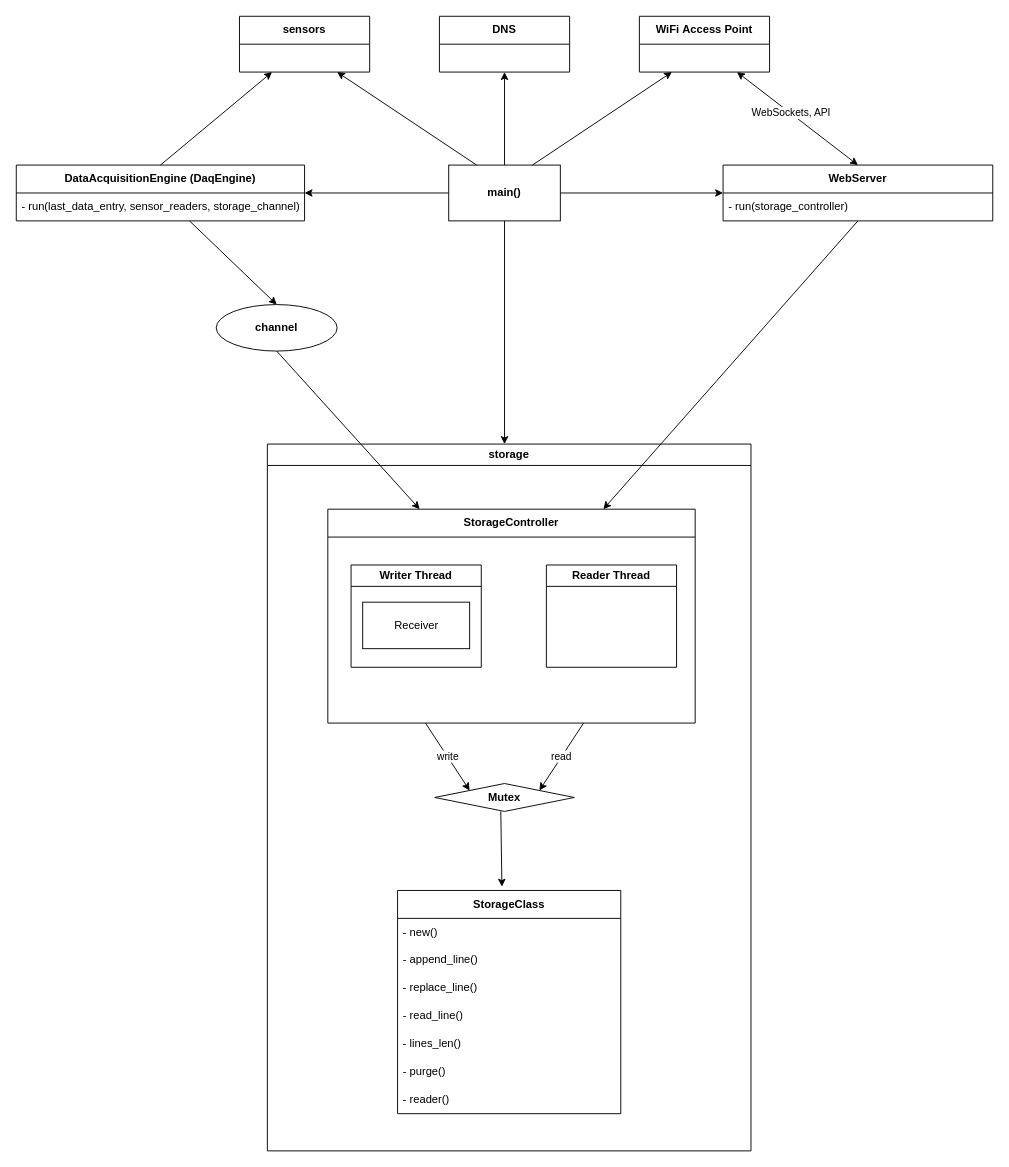
Earlier version of the draw.io diagram misc/modules.drawio (isidzukuri/esp32_playground). Source tidied: cells renumbered, new cells numbered last; positions are measured from the earlier drawing's top-left corner, leaving out a move shared by most shapes. Both pictures are drawn from the tidied source at 93%, with x=0, y=0 at pixel (16, 16).
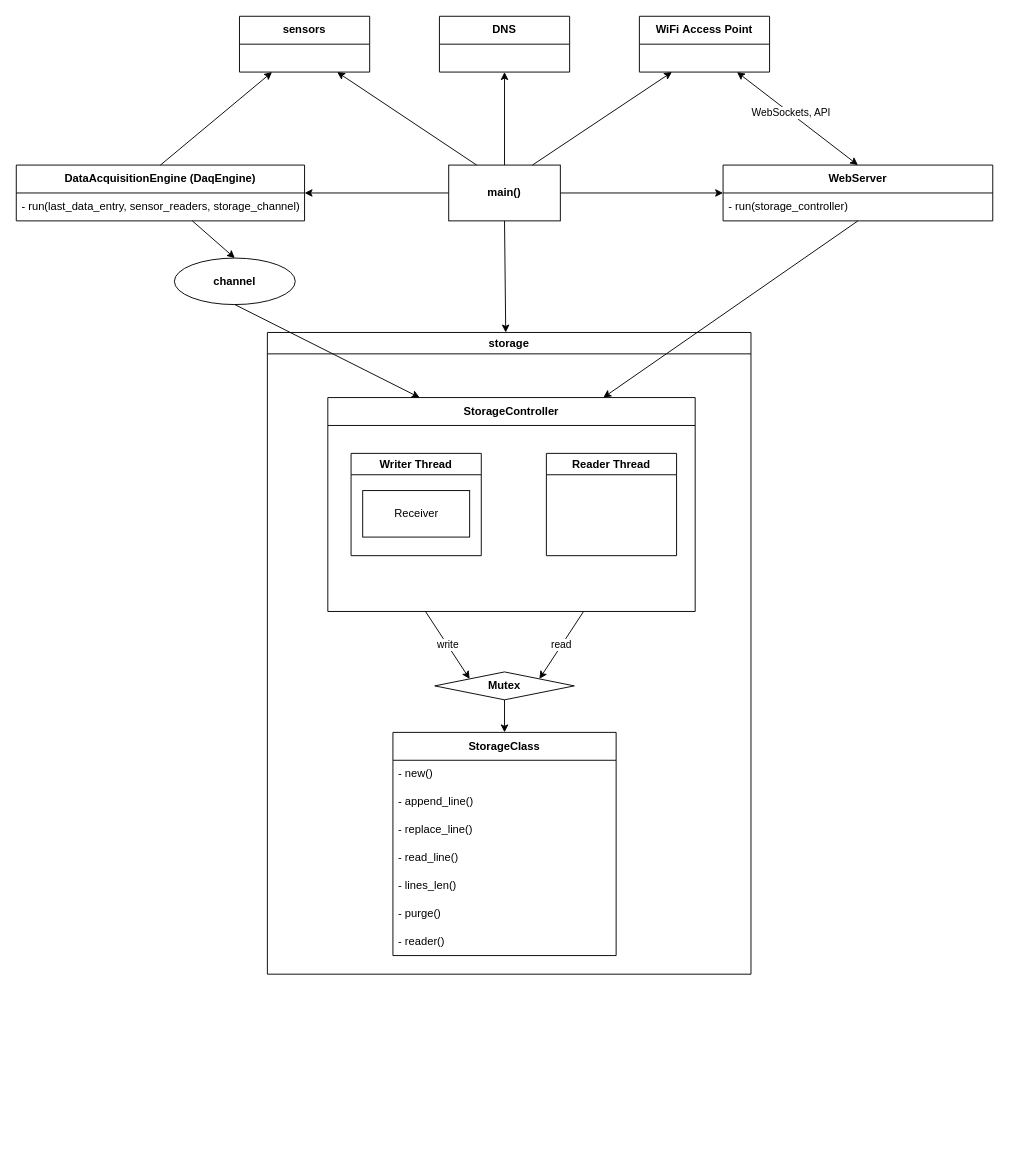
After the change.

The change refers to these unchanged cells:
```xml
<mxCell id="5" value="&lt;b&gt;main()&lt;/b&gt;" style="rounded=0;whiteSpace=wrap;html=1;" parent="1" vertex="1">
  <mxGeometry x="465" y="160" width="120" height="60" as="geometry" />
</mxCell>
```

The edit, as a diff of the source:
```diff
@@
     <mxCell id="11" value="storage" style="swimlane;whiteSpace=wrap;html=1;rounded=0;" parent="1" vertex="1">
-      <mxGeometry x="270" y="460" width="520" height="760" as="geometry" />
+      <mxGeometry x="270" y="340" width="520" height="690" as="geometry" />
     </mxCell>
@@
     <mxCell id="13" value="&lt;b&gt;StorageClass&lt;/b&gt;" style="swimlane;fontStyle=0;horizontal=1;startSize=30;whiteSpace=wrap;html=1;rounded=0;" parent="11" vertex="1">
-      <mxGeometry x="140" y="480" width="240" height="240" as="geometry" />
+      <mxGeometry x="135" y="430" width="240" height="240" as="geometry" />
     </mxCell>
@@
-    <mxCell id="23" style="endArrow=none;startArrow=classic;html=1;rounded=0;exitX=0.484;exitY=-0.017;exitDx=0;exitDy=0;exitPerimeter=0;entryX=0.5;entryY=1;entryDx=0;entryDy=0;endFill=0;" parent="11" edge="1">
+    <mxCell id="23" style="endArrow=none;startArrow=classic;html=1;rounded=0;entryX=0.5;entryY=1;entryDx=0;entryDy=0;endFill=0;" parent="11" edge="1">
       <mxGeometry relative="1" as="geometry">
-        <mxPoint x="252.2" y="475.9" as="sourcePoint" />
-        <mxPoint x="251" y="395" as="targetPoint" />
+        <mxPoint x="255" y="430" as="sourcePoint" />
+        <mxPoint x="255" y="395" as="targetPoint" />
       </mxGeometry>
     </mxCell>
@@
     <mxCell id="29" value="&lt;b&gt;channel&lt;/b&gt;" style="ellipse;whiteSpace=wrap;html=1;rounded=0;" parent="1" vertex="1">
-      <mxGeometry x="215" y="310" width="130" height="50" as="geometry" />
+      <mxGeometry x="170" y="260" width="130" height="50" as="geometry" />
     </mxCell>
@@
-    <mxCell id="32" style="endArrow=classic;html=1;rounded=0;exitX=0.5;exitY=1;exitDx=0;exitDy=0;" parent="1" edge="1" source="5">
-      <mxGeometry relative="1" as="geometry">
-        <mxPoint x="525" y="460" as="targetPoint" />
-      </mxGeometry>
+    <mxCell id="32" style="endArrow=classic;html=1;rounded=0;exitX=0.5;exitY=1;exitDx=0;exitDy=0;" parent="1" edge="1" source="5" target="11">
+      <mxGeometry relative="1" as="geometry" />
     </mxCell>
```
